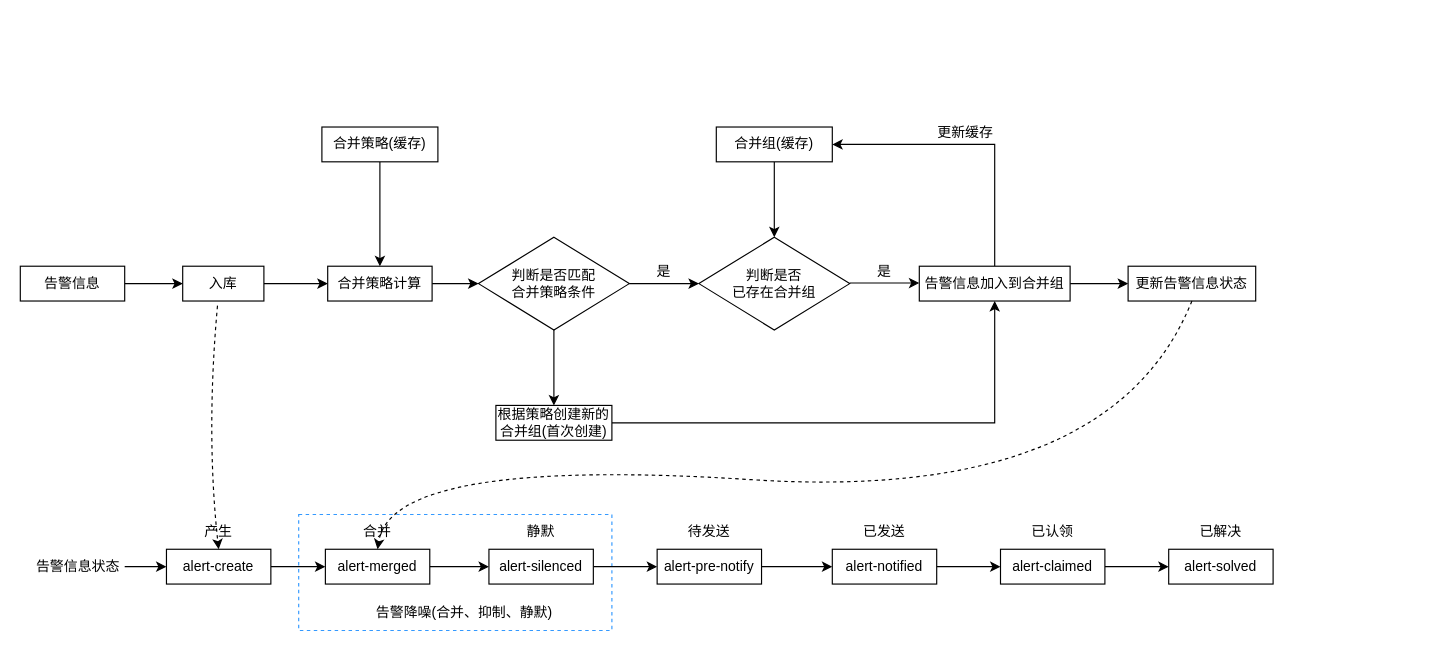
tom1978/alarm keeps this draw.io diagram as page "告警降噪" (3 of 4) of 设计.drawio. Above is the earlier version. Source tidied: cells renumbered, new cells numbered last; positions are measured from the earlier drawing's top-left corner, leaving out a move shared by most shapes. Both pictures are drawn from the tidied source at 116%, with x=0, y=0 at pixel (20, 115).
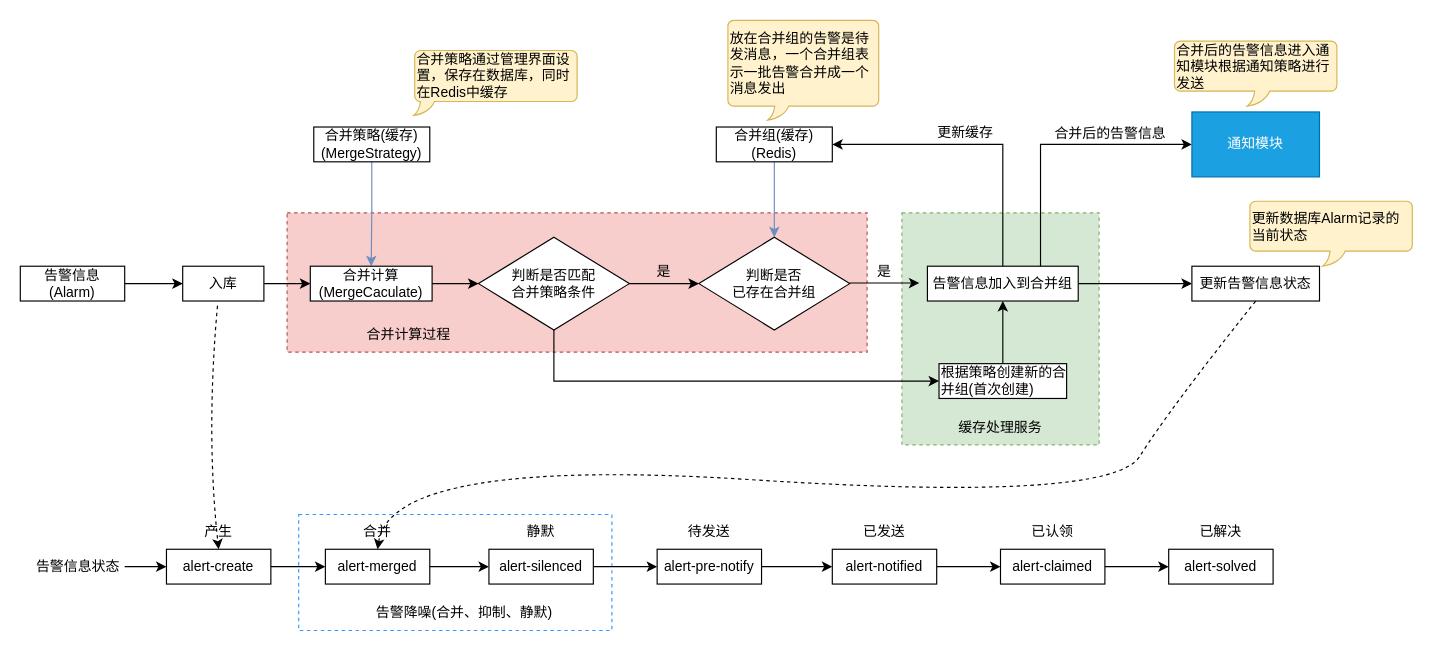
Above is the later version.

Unchanged cells that the change refers to:
```xml
<mxCell id="9" value="判断是否匹配&lt;br&gt;合并策略条件" style="rhombus;whiteSpace=wrap;html=1;" parent="1" vertex="1">
  <mxGeometry x="395" y="105" width="130" height="80" as="geometry" />
</mxCell>
<mxCell id="15" value="判断是否&lt;br&gt;已存在合并组" style="rhombus;whiteSpace=wrap;html=1;" parent="1" vertex="1">
  <mxGeometry x="585" y="105" width="130" height="80" as="geometry" />
</mxCell>
<mxCell id="36" value="合并" style="text;strokeColor=none;align=center;fillColor=none;html=1;verticalAlign=middle;whiteSpace=wrap;rounded=0;" parent="1" vertex="1">
  <mxGeometry x="268" y="344" width="80" height="30" as="geometry" />
</mxCell>
```

What changed in the source:
```diff
@@
+    <mxCell id="52" style="rounded=0;whiteSpace=wrap;html=1;dashed=1;fillColor=#d5e8d4;strokeColor=#82b366;" parent="1" vertex="1">
+      <mxGeometry x="760" y="84" width="170" height="200" as="geometry" />
+    </mxCell>
+    <mxCell id="53" style="rounded=0;whiteSpace=wrap;html=1;dashed=1;fillColor=#f8cecc;strokeColor=#b85450;" parent="1" vertex="1">
+      <mxGeometry x="230" y="84" width="500" height="120" as="geometry" />
+    </mxCell>
@@
-    <mxCell id="5" style="edgeStyle=orthogonalEdgeStyle;rounded=0;jettySize=auto;html=1;entryX=0.5;entryY=0;entryDx=0;entryDy=0;" parent="1" edge="1" source="6" target="11">
+    <mxCell id="5" style="edgeStyle=orthogonalEdgeStyle;rounded=0;jettySize=auto;html=1;entryX=0.5;entryY=0;entryDx=0;entryDy=0;fillColor=#dae8fc;strokeColor=#6c8ebf;" parent="1" edge="1" source="6" target="11">
       <mxGeometry relative="1" as="geometry" />
     </mxCell>
-    <mxCell id="6" value="合并策略(缓存)" style="rounded=0;whiteSpace=wrap;html=1;" parent="1" vertex="1">
-      <mxGeometry x="260" y="10" width="100" height="30" as="geometry" />
+    <mxCell id="6" value="合并策略(缓存)&lt;br&gt;(MergeStrategy)" style="rounded=0;whiteSpace=wrap;html=1;" parent="1" vertex="1">
+      <mxGeometry x="253" y="10" width="100" height="30" as="geometry" />
     </mxCell>
@@
-    <mxCell id="8" style="edgeStyle=orthogonalEdgeStyle;rounded=0;jettySize=auto;html=1;exitX=0.5;exitY=1;exitDx=0;exitDy=0;" parent="1" edge="1" source="9" target="22">
+    <mxCell id="8" style="edgeStyle=orthogonalEdgeStyle;rounded=0;jettySize=auto;html=1;exitX=0.5;exitY=1;exitDx=0;exitDy=0;entryX=0;entryY=0.5;entryDx=0;entryDy=0;" parent="1" edge="1" source="9" target="22">
       <mxGeometry relative="1" as="geometry" />
     </mxCell>
@@
-    <mxCell id="11" value="合并策略计算" style="rounded=0;whiteSpace=wrap;html=1;" parent="1" vertex="1">
-      <mxGeometry x="265" y="130" width="90" height="30" as="geometry" />
+    <mxCell id="11" value="合并计算&lt;br&gt;(MergeCaculate)" style="rounded=0;whiteSpace=wrap;html=1;" parent="1" vertex="1">
+      <mxGeometry x="250" y="130" width="105" height="30" as="geometry" />
     </mxCell>
-    <mxCell id="12" style="edgeStyle=orthogonalEdgeStyle;rounded=0;jettySize=auto;html=1;entryX=0.5;entryY=0;entryDx=0;entryDy=0;" parent="1" edge="1" source="13" target="15">
+    <mxCell id="12" style="edgeStyle=orthogonalEdgeStyle;rounded=0;jettySize=auto;html=1;entryX=0.5;entryY=0;entryDx=0;entryDy=0;fillColor=#dae8fc;strokeColor=#6c8ebf;" parent="1" edge="1" source="13" target="15">
       <mxGeometry relative="1" as="geometry" />
     </mxCell>
-    <mxCell id="13" value="合并组(缓存)" style="rounded=0;whiteSpace=wrap;html=1;" parent="1" vertex="1">
+    <mxCell id="13" value="合并组(缓存)&lt;br&gt;(Redis)" style="rounded=0;whiteSpace=wrap;html=1;" parent="1" vertex="1">
       <mxGeometry x="600" y="10" width="100" height="30" as="geometry" />
     </mxCell>
@@
-    <mxCell id="18" style="edgeStyle=orthogonalEdgeStyle;rounded=0;jettySize=auto;html=1;entryX=1;entryY=0.5;entryDx=0;entryDy=0;" parent="1" edge="1" source="20" target="13">
+    <mxCell id="18" style="edgeStyle=orthogonalEdgeStyle;rounded=0;jettySize=auto;html=1;entryX=1;entryY=0.5;entryDx=0;entryDy=0;exitX=0.5;exitY=0;exitDx=0;exitDy=0;" parent="1" edge="1" source="20" target="13">
       <mxGeometry relative="1" as="geometry">
         <Array as="points">
-          <mxPoint x="840" y="25" />
+          <mxPoint x="847" y="25" />
         </Array>
       </mxGeometry>
     </mxCell>
@@
+    <mxCell id="54" style="edgeStyle=orthogonalEdgeStyle;rounded=0;jettySize=auto;html=1;exitX=0.75;exitY=0;exitDx=0;exitDy=0;entryX=0;entryY=0.5;entryDx=0;entryDy=0;" parent="1" edge="1" source="20" target="59">
+      <mxGeometry relative="1" as="geometry" />
+    </mxCell>
     <mxCell id="20" value="告警信息加入到合并组" style="rounded=0;whiteSpace=wrap;html=1;" parent="1" vertex="1">
-      <mxGeometry x="775" y="130" width="130" height="30" as="geometry" />
+      <mxGeometry x="782" y="130" width="130" height="30" as="geometry" />
     </mxCell>
@@
-    <mxCell id="22" value="根据策略创建新的合并组(首次创建)" style="rounded=0;whiteSpace=wrap;html=1;" parent="1" vertex="1">
-      <mxGeometry x="410" y="250" width="100" height="30" as="geometry" />
+    <mxCell id="22" value="根据策略创建新的合并组(首次创建)" style="rounded=0;whiteSpace=wrap;html=1;align=left;" parent="1" vertex="1">
+      <mxGeometry x="792" y="214" width="110" height="30" as="geometry" />
     </mxCell>
@@
-    <mxCell id="25" value="告警信息" style="rounded=0;whiteSpace=wrap;html=1;" parent="1" vertex="1">
+    <mxCell id="25" value="告警信息&lt;br&gt;(Alarm)" style="rounded=0;whiteSpace=wrap;html=1;" parent="1" vertex="1">
       <mxGeometry y="130" width="90" height="30" as="geometry" />
     </mxCell>
     <mxCell id="26" value="更新告警信息状态" style="rounded=0;whiteSpace=wrap;html=1;" parent="1" vertex="1">
-      <mxGeometry x="955" y="130" width="110" height="30" as="geometry" />
+      <mxGeometry x="1010" y="130" width="110" height="30" as="geometry" />
     </mxCell>
@@
     <mxCell id="51" style="curved=1;endArrow=classic;html=1;rounded=0;entryX=0.5;entryY=1;entryDx=0;entryDy=0;dashed=1;exitX=0.5;exitY=1;exitDx=0;exitDy=0;" parent="1" edge="1" source="26" target="36">
       <mxGeometry relative="1" as="geometry">
         <Array as="points">
+          <mxPoint x="990" y="254" />
           <mxPoint x="940" y="334" />
           <mxPoint x="320" y="294" />
         </Array>
       </mxGeometry>
     </mxCell>
+    <mxCell id="55" value="放在合并组的告警是待发消息，一个合并组表示一批告警合并成一个消息发出" style="whiteSpace=wrap;html=1;shape=mxgraph.basic.roundRectCallout;dx=46.4;dy=12;size=5;boundedLbl=1;fillColor=#fff2cc;strokeColor=#d6b656;align=left;" parent="1" vertex="1">
+      <mxGeometry x="610" y="-82" width="130" height="86" as="geometry" />
+    </mxCell>
+    <mxCell id="56" value="合并策略通过管理界面设置，保存在数据库，同时在Redis中缓存" style="whiteSpace=wrap;html=1;shape=mxgraph.basic.roundRectCallout;dx=7.8;dy=12;size=5;boundedLbl=1;fillColor=#fff2cc;strokeColor=#d6b656;align=left;" parent="1" vertex="1">
+      <mxGeometry x="340" y="-56" width="140" height="56" as="geometry" />
+    </mxCell>
+    <mxCell id="57" value="合并计算过程" style="text;strokeColor=none;align=center;fillColor=none;html=1;verticalAlign=middle;whiteSpace=wrap;rounded=0;" parent="1" vertex="1">
+      <mxGeometry x="290" y="174" width="90" height="30" as="geometry" />
+    </mxCell>
+    <mxCell id="58" value="缓存处理服务" style="text;strokeColor=none;align=center;fillColor=none;html=1;verticalAlign=middle;whiteSpace=wrap;rounded=0;" parent="1" vertex="1">
+      <mxGeometry x="800" y="254" width="90" height="30" as="geometry" />
+    </mxCell>
+    <mxCell id="59" value="通知模块" style="rounded=0;whiteSpace=wrap;html=1;fillColor=#1ba1e2;fontColor=#ffffff;strokeColor=#006EAF;" parent="1" vertex="1">
+      <mxGeometry x="1010" y="-3" width="110" height="56" as="geometry" />
+    </mxCell>
+    <mxCell id="60" value="合并后的告警信息" style="text;strokeColor=none;align=center;fillColor=none;html=1;verticalAlign=middle;whiteSpace=wrap;rounded=0;" parent="1" vertex="1">
+      <mxGeometry x="890" y="1" width="100" height="30" as="geometry" />
+    </mxCell>
+    <mxCell id="61" value="更新数据库Alarm记录的当前状态" style="whiteSpace=wrap;html=1;shape=mxgraph.basic.roundRectCallout;dx=75.6;dy=13;size=5;boundedLbl=1;fillColor=#fff2cc;strokeColor=#d6b656;align=left;" parent="1" vertex="1">
+      <mxGeometry x="1060" y="74" width="140" height="56" as="geometry" />
+    </mxCell>
+    <mxCell id="62" value="合并后的告警信息进入通知模块根据通知策略进行发送" style="whiteSpace=wrap;html=1;shape=mxgraph.basic.roundRectCallout;dx=75.6;dy=13;size=5;boundedLbl=1;fillColor=#fff2cc;strokeColor=#d6b656;align=left;" parent="1" vertex="1">
+      <mxGeometry x="995" y="-64" width="140" height="56" as="geometry" />
+    </mxCell>
```
